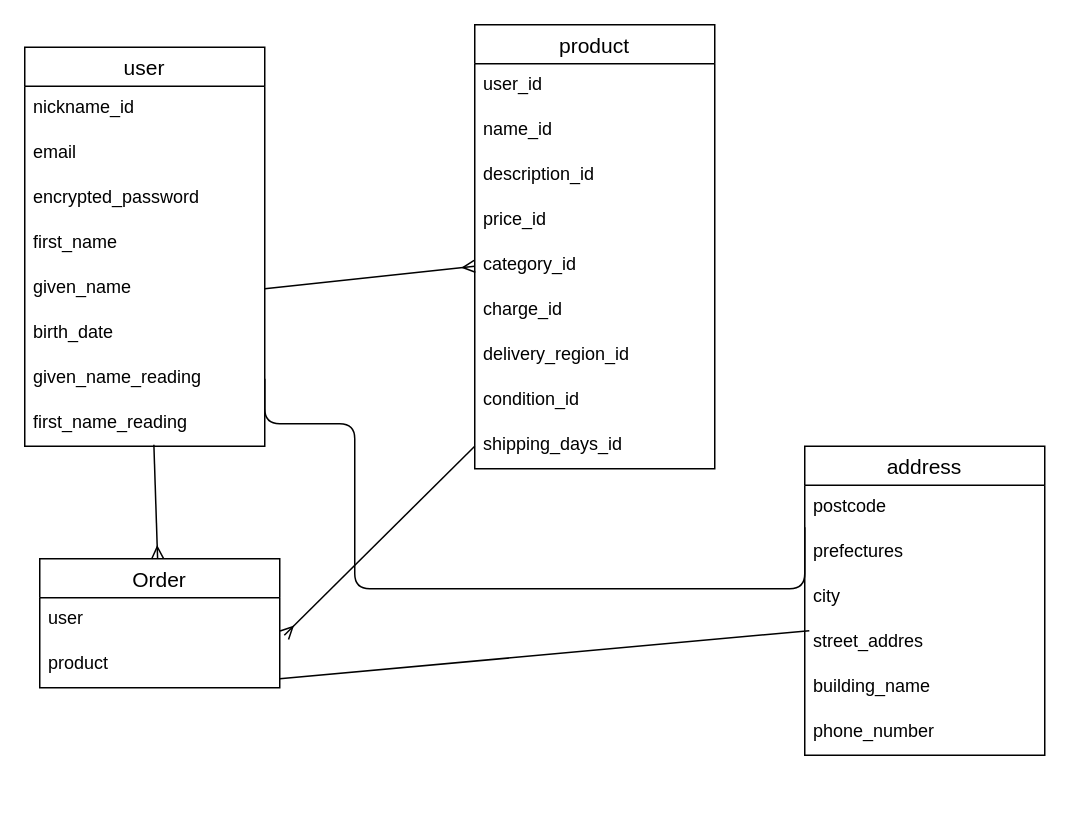
Renhello112/furima-40536 keeps this draw.io diagram as test.dio. Above is the earlier version. Source tidied: cells renumbered, new cells numbered last; positions are measured from the earlier drawing's top-left corner, leaving out a move shared by most shapes. Both pictures are drawn from the tidied source at 150%, with x=0, y=0 at pixel (24, 24).
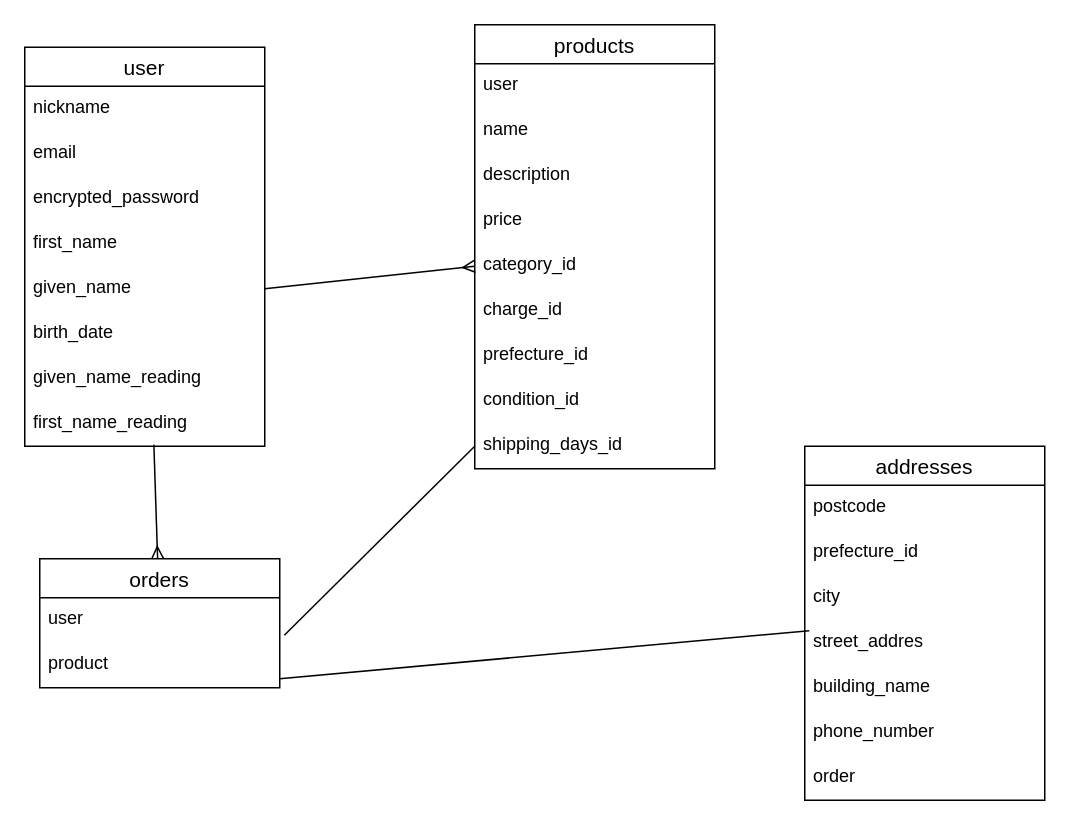
After the change.

The change refers to these unchanged cells:
```xml
<mxCell id="2" value="user" style="swimlane;fontStyle=0;horizontal=1;startSize=26;align=center;fontSize=14;" parent="1" vertex="1">
  <mxGeometry y="15" width="160" height="266" as="geometry" />
</mxCell>
<mxCell id="9" value="given_name_reading" style="text;strokeColor=none;fillColor=none;spacingLeft=4;spacingRight=4;overflow=hidden;points=[[0,0.5],[1,0.5]];portConstraint=eastwest;fontSize=12;" parent="2" vertex="1">
  <mxGeometry y="206" width="160" height="30" as="geometry" />
</mxCell>
<mxCell id="20" value="shipping_days_id" style="text;strokeColor=none;fillColor=none;spacingLeft=4;spacingRight=4;overflow=hidden;points=[[0,0.5],[1,0.5]];portConstraint=eastwest;fontSize=12;" parent="11" vertex="1">
  <mxGeometry y="266" width="160" height="30" as="geometry" />
</mxCell>
<mxCell id="23" value="product" style="text;strokeColor=none;fillColor=none;spacingLeft=4;spacingRight=4;overflow=hidden;points=[[0,0.5],[1,0.5]];portConstraint=eastwest;fontSize=12;" parent="21" vertex="1">
  <mxGeometry y="56" width="160" height="30" as="geometry" />
</mxCell>
<mxCell id="25" value="postcode" style="text;strokeColor=none;fillColor=none;spacingLeft=4;spacingRight=4;overflow=hidden;points=[[0,0.5],[1,0.5]];portConstraint=eastwest;fontSize=12;" parent="24" vertex="1">
  <mxGeometry y="26" width="160" height="30" as="geometry" />
</mxCell>
```

The edit, as a diff of the source:
```diff
@@
-    <mxCell id="3" value="nickname_id" style="text;strokeColor=none;fillColor=none;spacingLeft=4;spacingRight=4;overflow=hidden;fontSize=12;" parent="2" vertex="1">
+    <mxCell id="3" value="nickname" style="text;strokeColor=none;fillColor=none;spacingLeft=4;spacingRight=4;overflow=hidden;fontSize=12;" parent="2" vertex="1">
       <mxGeometry y="26" width="160" height="30" as="geometry" />
     </mxCell>
@@
-    <mxCell id="11" value="product" style="swimlane;fontStyle=0;horizontal=1;startSize=26;align=center;fontSize=14;" parent="1" vertex="1">
+    <mxCell id="11" value="products" style="swimlane;fontStyle=0;horizontal=1;startSize=26;align=center;fontSize=14;" parent="1" vertex="1">
       <mxGeometry x="300" width="160" height="296" as="geometry" />
     </mxCell>
-    <mxCell id="12" value="user_id" style="text;strokeColor=none;fillColor=none;spacingLeft=4;spacingRight=4;overflow=hidden;fontSize=12;" parent="11" vertex="1">
+    <mxCell id="12" value="user" style="text;strokeColor=none;fillColor=none;spacingLeft=4;spacingRight=4;overflow=hidden;fontSize=12;" parent="11" vertex="1">
       <mxGeometry y="26" width="160" height="30" as="geometry" />
     </mxCell>
-    <mxCell id="13" value="name_id" style="text;strokeColor=none;fillColor=none;spacingLeft=4;spacingRight=4;overflow=hidden;fontSize=12;" parent="11" vertex="1">
+    <mxCell id="13" value="name" style="text;strokeColor=none;fillColor=none;spacingLeft=4;spacingRight=4;overflow=hidden;fontSize=12;" parent="11" vertex="1">
       <mxGeometry y="56" width="160" height="30" as="geometry" />
     </mxCell>
-    <mxCell id="14" value="description_id" style="text;strokeColor=none;fillColor=none;spacingLeft=4;spacingRight=4;overflow=hidden;fontSize=12;" parent="11" vertex="1">
+    <mxCell id="14" value="description" style="text;strokeColor=none;fillColor=none;spacingLeft=4;spacingRight=4;overflow=hidden;fontSize=12;" parent="11" vertex="1">
       <mxGeometry y="86" width="160" height="30" as="geometry" />
     </mxCell>
-    <mxCell id="15" value="price_id" style="text;strokeColor=none;fillColor=none;spacingLeft=4;spacingRight=4;overflow=hidden;fontSize=12;" parent="11" vertex="1">
+    <mxCell id="15" value="price" style="text;strokeColor=none;fillColor=none;spacingLeft=4;spacingRight=4;overflow=hidden;fontSize=12;" parent="11" vertex="1">
       <mxGeometry y="116" width="160" height="30" as="geometry" />
     </mxCell>
@@
-    <mxCell id="18" value="delivery_region_id" style="text;strokeColor=none;fillColor=none;spacingLeft=4;spacingRight=4;overflow=hidden;fontSize=12;" parent="11" vertex="1">
+    <mxCell id="18" value="prefecture_id" style="text;strokeColor=none;fillColor=none;spacingLeft=4;spacingRight=4;overflow=hidden;fontSize=12;" parent="11" vertex="1">
       <mxGeometry y="206" width="160" height="30" as="geometry" />
     </mxCell>
@@
-    <mxCell id="21" value="Order" style="swimlane;fontStyle=0;horizontal=1;startSize=26;align=center;fontSize=14;" parent="1" vertex="1">
+    <mxCell id="21" value="orders" style="swimlane;fontStyle=0;horizontal=1;startSize=26;align=center;fontSize=14;" parent="1" vertex="1">
       <mxGeometry x="10" y="356" width="160" height="86" as="geometry" />
     </mxCell>
@@
-    <mxCell id="24" value="address" style="swimlane;fontStyle=0;horizontal=1;startSize=26;align=center;fontSize=14;" parent="1" vertex="1">
-      <mxGeometry x="520" y="281" width="160" height="206" as="geometry" />
+    <mxCell id="24" value="addresses" style="swimlane;fontStyle=0;horizontal=1;startSize=26;align=center;fontSize=14;" parent="1" vertex="1">
+      <mxGeometry x="520" y="281" width="160" height="236" as="geometry" />
     </mxCell>
@@
-    <mxCell id="26" value="prefectures" style="text;strokeColor=none;fillColor=none;spacingLeft=4;spacingRight=4;overflow=hidden;fontSize=12;" parent="24" vertex="1">
+    <mxCell id="26" value="prefecture_id" style="text;strokeColor=none;fillColor=none;spacingLeft=4;spacingRight=4;overflow=hidden;fontSize=12;" parent="24" vertex="1">
       <mxGeometry y="56" width="160" height="30" as="geometry" />
     </mxCell>
@@
+    <mxCell id="36" value="order" style="text;strokeColor=none;fillColor=none;spacingLeft=4;spacingRight=4;overflow=hidden;fontSize=12;" parent="24" vertex="1">
+      <mxGeometry y="206" width="160" height="30" as="geometry" />
+    </mxCell>
@@
-    <mxCell id="33" style="edgeStyle=orthogonalEdgeStyle;rounded=1;html=1;exitX=1;exitY=0.5;exitDx=0;exitDy=0;entryX=0;entryY=0.933;entryDx=0;entryDy=0;entryPerimeter=0;endArrow=none;endFill=0;" parent="1" edge="1" source="9" target="25">
-      <mxGeometry relative="1" as="geometry">
-        <Array as="points">
-          <mxPoint x="160" y="266" />
-          <mxPoint x="220" y="266" />
-          <mxPoint x="220" y="376" />
-          <mxPoint x="520" y="376" />
-        </Array>
-      </mxGeometry>
-    </mxCell>
-    <mxCell id="34" style="edgeStyle=none;rounded=1;html=1;exitX=0;exitY=0.5;exitDx=0;exitDy=0;entryX=1.019;entryY=-0.167;entryDx=0;entryDy=0;entryPerimeter=0;endArrow=ERmany;endFill=0;" parent="1" edge="1" source="20" target="23">
+    <mxCell id="34" style="edgeStyle=none;rounded=1;html=1;exitX=0;exitY=0.5;exitDx=0;exitDy=0;entryX=1.019;entryY=-0.167;entryDx=0;entryDy=0;entryPerimeter=0;endArrow=none;endFill=0;" parent="1" edge="1" source="20" target="23">
       <mxGeometry relative="1" as="geometry" />
     </mxCell>
```
